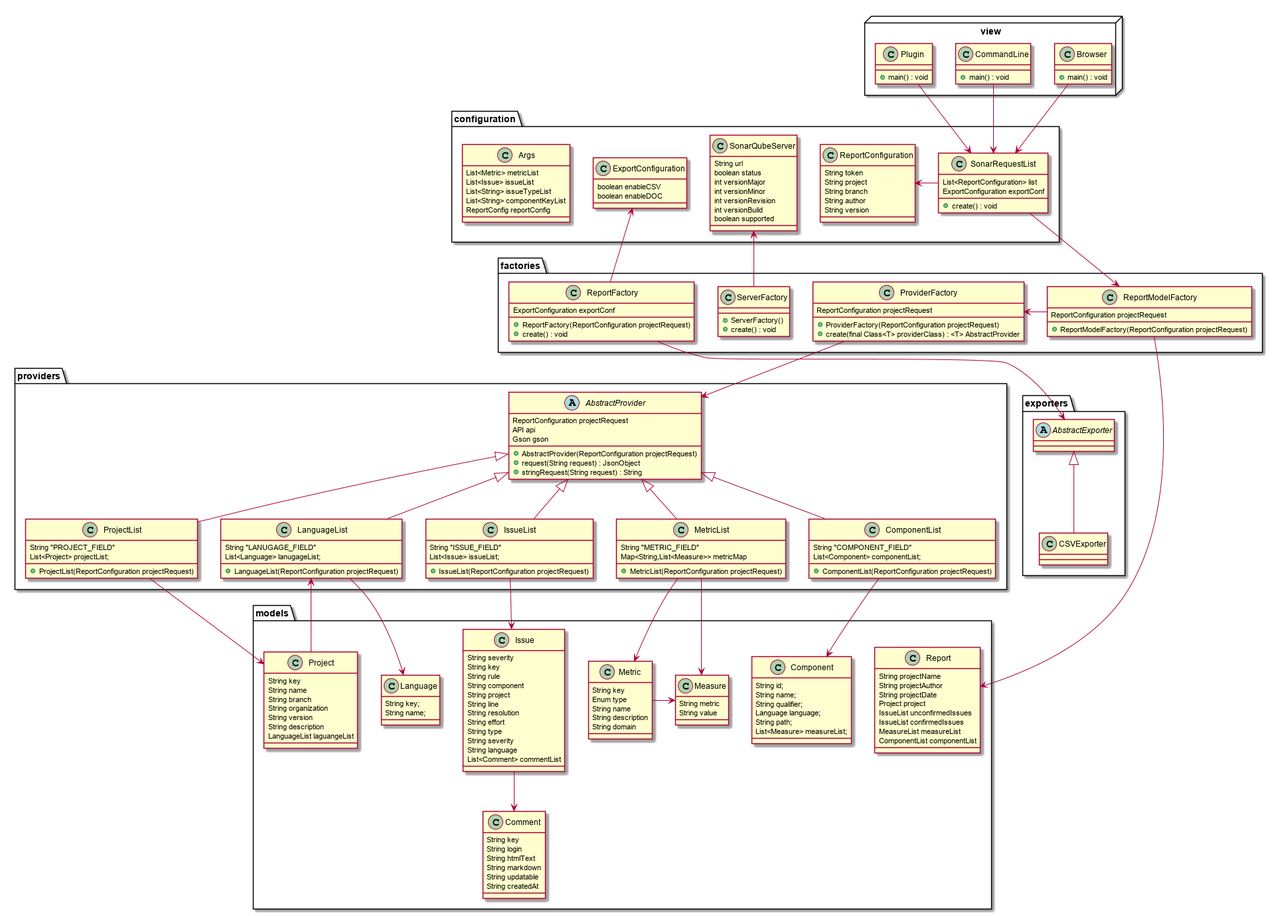
iakigarci/SonarReport keeps this PlantUML diagram as uml/out/diagrama_de_clases/components.png. Above is the earlier version.
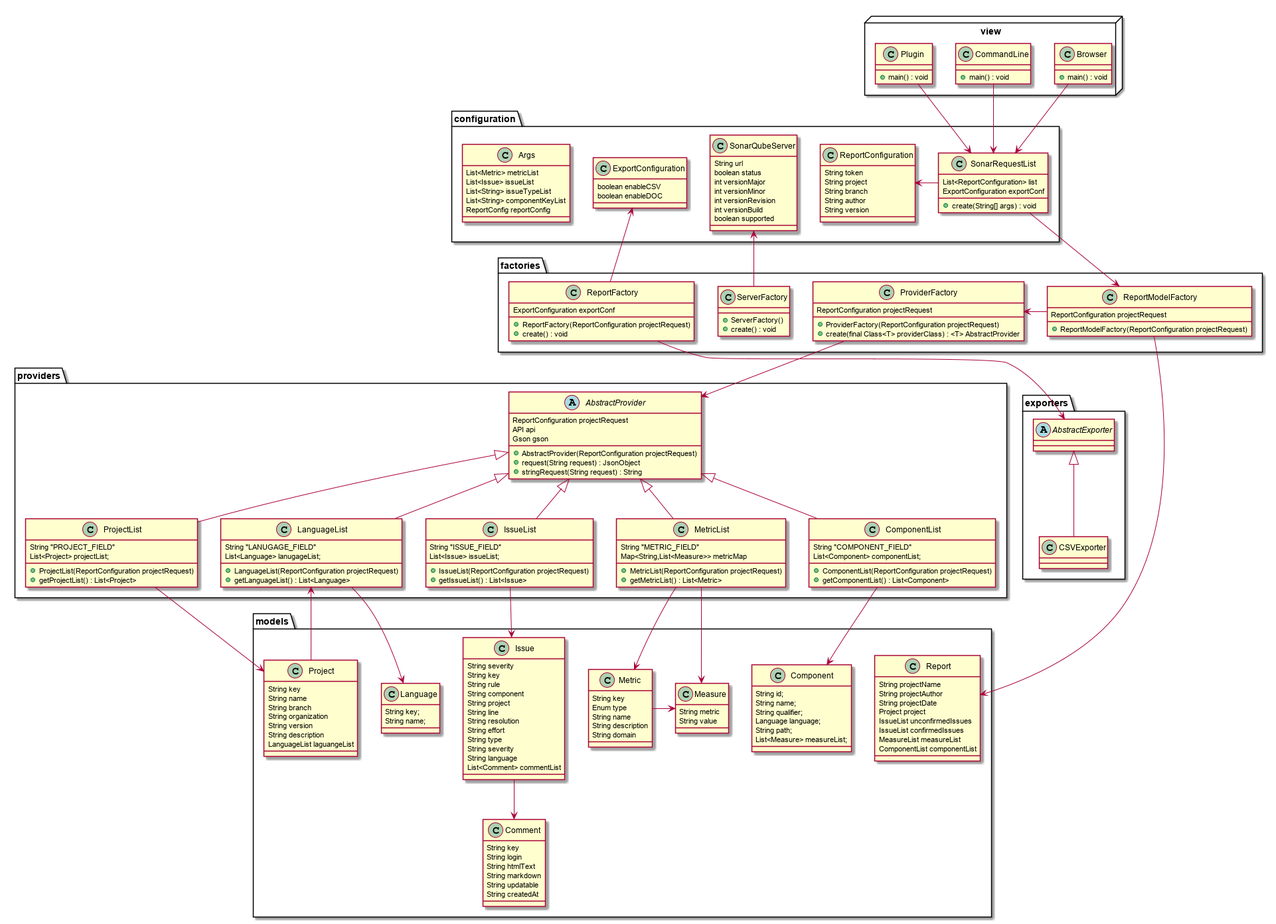
The same diagram one commit later.

Commit message:
Ampliando el diagrama de clases 2

Diff of the diagram source:
```diff
@@ -15,30 +15,35 @@
         String "COMPONENT_FIELD"
         List<Component> componentList;
         +ComponentList(ReportConfiguration projectRequest)
+        +getComponentList() : List<Component>
     }
 
     class IssueList {
         String "ISSUE_FIELD"
         List<Issue> issueList;
         +IssueList(ReportConfiguration projectRequest)
+        +getIssueList() : List<Issue>
     }
 
     class LanguageList {
         String "LANUGAGE_FIELD"
         List<Language> lanugageList;
         +LanguageList(ReportConfiguration projectRequest)
+        +getLanguageList() : List<Language>
     }
 
     class ProjectList {
         String "PROJECT_FIELD"
         List<Project> projectList;
         +ProjectList(ReportConfiguration projectRequest)
+        +getProjectList() : List<Project>
     }
 
     class MetricList {
         String "METRIC_FIELD"
         Map<String,List<Measure>> metricMap
         +MetricList(ReportConfiguration projectRequest)
+        +getMetricList() : List<Metric>
     }
 
 }
@@ -157,7 +162,7 @@
     class SonarRequestList {
         List<ReportConfiguration> list
         ExportConfiguration exportConf
-        +create() : void
+        +create(String[] args) : void
     }
 
     class ReportConfiguration {
```
